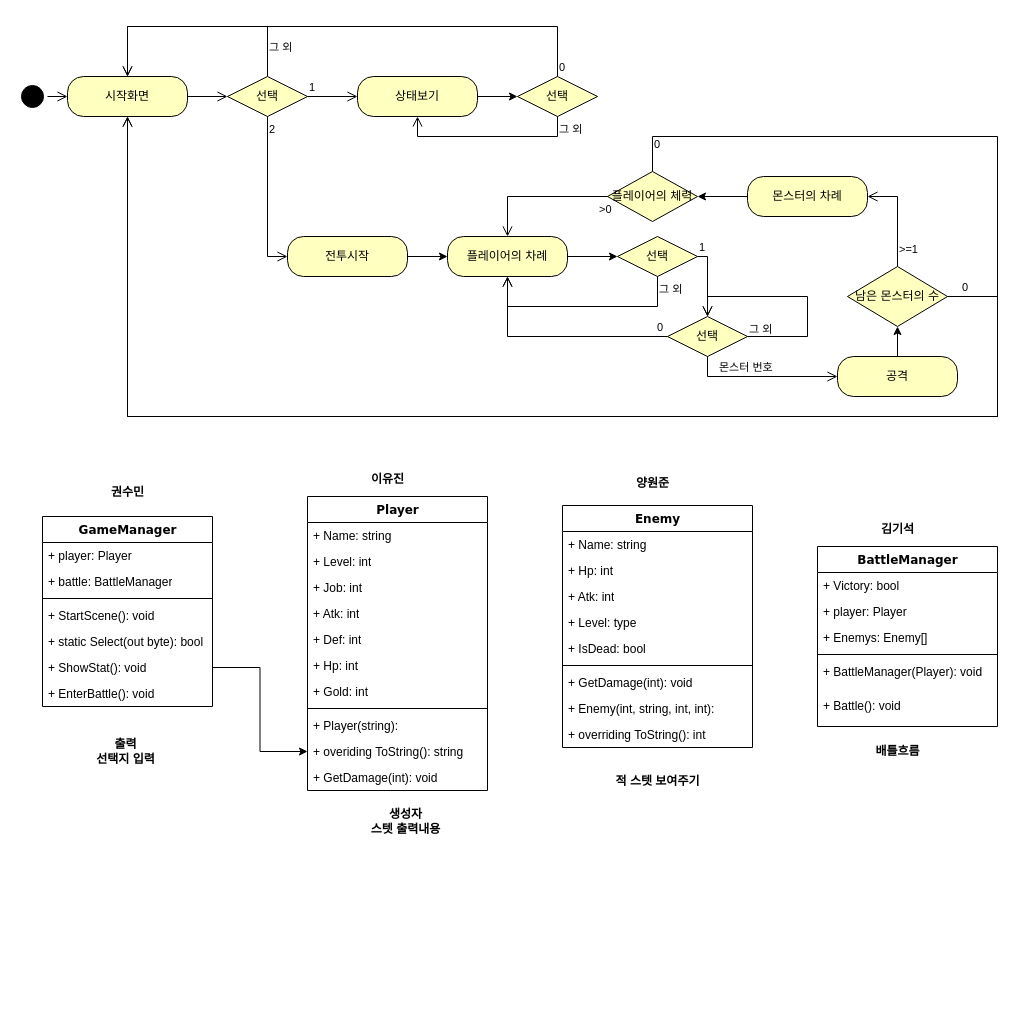
Kim-giseok/TxtRPG2 keeps this draw.io diagram as Class.drawio. Above is the earlier version. Source tidied: cells renumbered, new cells numbered last; positions are measured from the earlier drawing's top-left corner, leaving out a move shared by most shapes. Both pictures are drawn from the tidied source at 100%, with x=0, y=0 at pixel (17, 26).
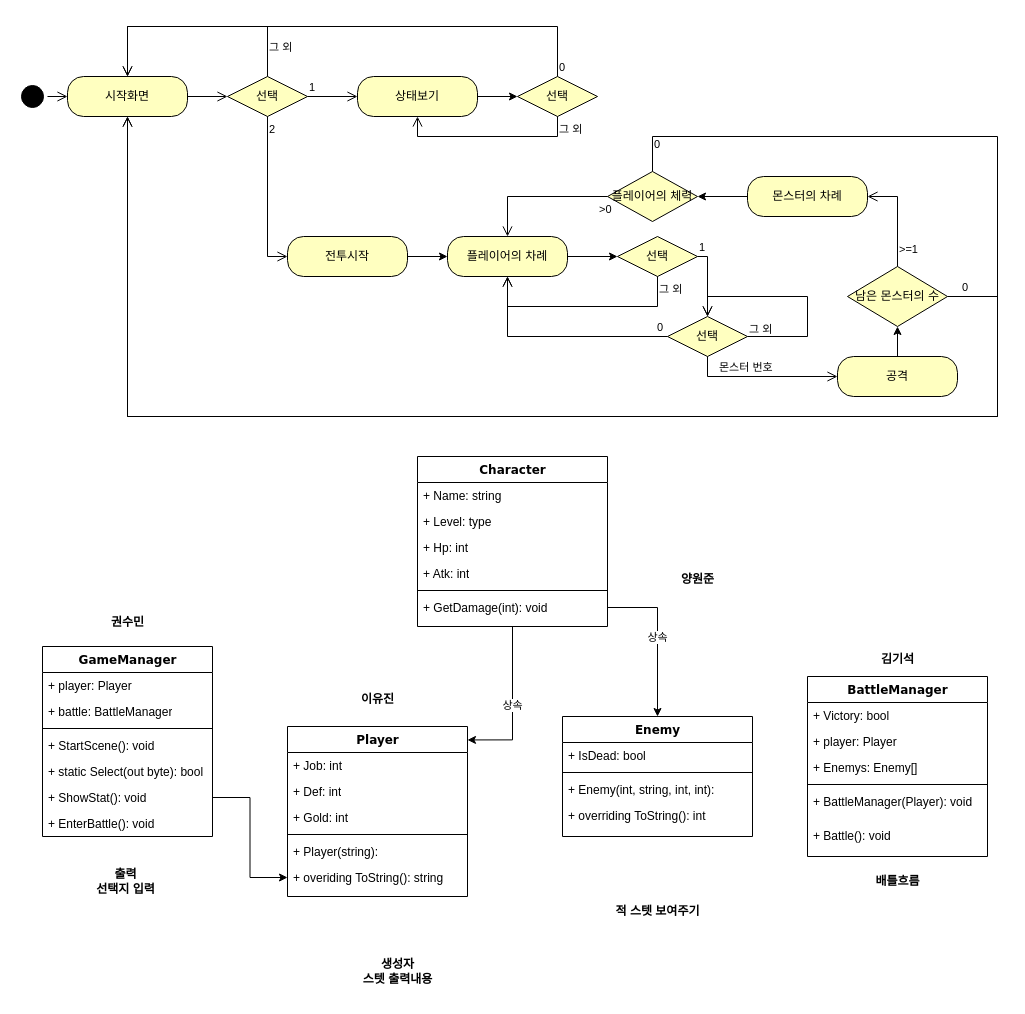
Above is the later version.

What changed in the source:
```diff
@@
     <mxCell id="2" value="GameManager" style="swimlane;html=1;fontStyle=1;align=center;verticalAlign=top;horizontal=1;startSize=26;swimlaneFillColor=#ffffff;rounded=0;shadow=0;comic=0;labelBackgroundColor=none;strokeWidth=1;fillColor=none;fontFamily=Verdana;fontSize=12;" parent="1" vertex="1">
-      <mxGeometry x="25" y="490" width="170" height="190" as="geometry" />
+      <mxGeometry x="25" y="620" width="170" height="190" as="geometry" />
     </mxCell>
@@
     <mxCell id="44" value="Player" style="swimlane;html=1;fontStyle=1;align=center;verticalAlign=top;horizontal=1;startSize=26;swimlaneFillColor=#ffffff;rounded=0;shadow=0;comic=0;labelBackgroundColor=none;strokeWidth=1;fillColor=none;fontFamily=Verdana;fontSize=12;" parent="1" vertex="1">
-      <mxGeometry x="290" y="470" width="180" height="294" as="geometry" />
+      <mxGeometry x="270" y="700" width="180" height="170" as="geometry" />
     </mxCell>
-    <mxCell id="45" value="+ Name: string" style="text;html=1;strokeColor=none;fillColor=none;align=left;verticalAlign=top;spacingLeft=4;spacingRight=4;whiteSpace=wrap;overflow=hidden;" parent="44" vertex="1">
-      <mxGeometry y="26" width="180" height="26" as="geometry" />
-    </mxCell>
-    <mxCell id="46" value="+ Level: int" style="text;html=1;strokeColor=none;fillColor=none;align=left;verticalAlign=top;spacingLeft=4;spacingRight=4;whiteSpace=wrap;overflow=hidden;" parent="44" vertex="1">
-      <mxGeometry y="52" width="180" height="26" as="geometry" />
-    </mxCell>
     <mxCell id="47" value="+ Job: int" style="text;html=1;strokeColor=none;fillColor=none;align=left;verticalAlign=top;spacingLeft=4;spacingRight=4;whiteSpace=wrap;overflow=hidden;" parent="44" vertex="1">
-      <mxGeometry y="78" width="180" height="26" as="geometry" />
+      <mxGeometry y="26" width="180" height="26" as="geometry" />
     </mxCell>
-    <mxCell id="48" value="+ Atk: int" style="text;html=1;strokeColor=none;fillColor=none;align=left;verticalAlign=top;spacingLeft=4;spacingRight=4;whiteSpace=wrap;overflow=hidden;" parent="44" vertex="1">
-      <mxGeometry y="104" width="180" height="26" as="geometry" />
-    </mxCell>
     <mxCell id="49" value="+ Def: int" style="text;html=1;strokeColor=none;fillColor=none;align=left;verticalAlign=top;spacingLeft=4;spacingRight=4;whiteSpace=wrap;overflow=hidden;" parent="44" vertex="1">
-      <mxGeometry y="130" width="180" height="26" as="geometry" />
+      <mxGeometry y="52" width="180" height="26" as="geometry" />
     </mxCell>
-    <mxCell id="50" value="+ Hp: int" style="text;html=1;strokeColor=none;fillColor=none;align=left;verticalAlign=top;spacingLeft=4;spacingRight=4;whiteSpace=wrap;overflow=hidden;" parent="44" vertex="1">
-      <mxGeometry y="156" width="180" height="26" as="geometry" />
-    </mxCell>
     <mxCell id="51" value="+ Gold: int" style="text;html=1;strokeColor=none;fillColor=none;align=left;verticalAlign=top;spacingLeft=4;spacingRight=4;whiteSpace=wrap;overflow=hidden;" parent="44" vertex="1">
-      <mxGeometry y="182" width="180" height="26" as="geometry" />
+      <mxGeometry y="78" width="180" height="26" as="geometry" />
     </mxCell>
     <mxCell id="52" style="line;html=1;strokeWidth=1;fillColor=none;align=left;verticalAlign=middle;spacingTop=-1;spacingLeft=3;spacingRight=3;labelPosition=right;" parent="44" vertex="1">
-      <mxGeometry y="208" width="180" height="8" as="geometry" />
+      <mxGeometry y="104" width="180" height="8" as="geometry" />
     </mxCell>
     <mxCell id="53" value="+ Player(string):&amp;nbsp;" style="text;html=1;strokeColor=none;fillColor=none;align=left;verticalAlign=top;spacingLeft=4;spacingRight=4;whiteSpace=wrap;overflow=hidden;" parent="44" vertex="1">
-      <mxGeometry y="216" width="180" height="26" as="geometry" />
+      <mxGeometry y="112" width="180" height="26" as="geometry" />
     </mxCell>
     <mxCell id="54" value="+ overiding ToString(): string" style="text;html=1;strokeColor=none;fillColor=none;align=left;verticalAlign=top;spacingLeft=4;spacingRight=4;whiteSpace=wrap;overflow=hidden;points=[[0,0.5],[1,0.5]];portConstraint=eastwest;" parent="44" vertex="1">
-      <mxGeometry y="242" width="180" height="26" as="geometry" />
+      <mxGeometry y="138" width="180" height="26" as="geometry" />
     </mxCell>
-    <mxCell id="55" value="+ GetDamage(int): void" style="text;html=1;strokeColor=none;fillColor=none;align=left;verticalAlign=top;spacingLeft=4;spacingRight=4;whiteSpace=wrap;overflow=hidden;" parent="44" vertex="1">
-      <mxGeometry y="268" width="180" height="26" as="geometry" />
-    </mxCell>
     <mxCell id="56" value="Enemy" style="swimlane;html=1;fontStyle=1;align=center;verticalAlign=top;horizontal=1;startSize=26;swimlaneFillColor=#ffffff;rounded=0;shadow=0;comic=0;labelBackgroundColor=none;strokeWidth=1;fillColor=none;fontFamily=Verdana;fontSize=12;" parent="1" vertex="1">
-      <mxGeometry x="545" y="479" width="190" height="242" as="geometry" />
+      <mxGeometry x="545" y="690" width="190" height="120" as="geometry" />
     </mxCell>
-    <mxCell id="57" value="+ Name: string" style="text;html=1;strokeColor=none;fillColor=none;align=left;verticalAlign=top;spacingLeft=4;spacingRight=4;whiteSpace=wrap;overflow=hidden;" parent="56" vertex="1">
-      <mxGeometry y="26" width="190" height="26" as="geometry" />
-    </mxCell>
-    <mxCell id="58" value="+ Hp: int" style="text;html=1;strokeColor=none;fillColor=none;align=left;verticalAlign=top;spacingLeft=4;spacingRight=4;whiteSpace=wrap;overflow=hidden;" parent="56" vertex="1">
-      <mxGeometry y="52" width="190" height="26" as="geometry" />
-    </mxCell>
-    <mxCell id="59" value="+ Atk: int" style="text;html=1;strokeColor=none;fillColor=none;align=left;verticalAlign=top;spacingLeft=4;spacingRight=4;whiteSpace=wrap;overflow=hidden;" parent="56" vertex="1">
-      <mxGeometry y="78" width="190" height="26" as="geometry" />
-    </mxCell>
-    <mxCell id="60" value="+ Level: type" style="text;html=1;strokeColor=none;fillColor=none;align=left;verticalAlign=top;spacingLeft=4;spacingRight=4;whiteSpace=wrap;overflow=hidden;" parent="56" vertex="1">
-      <mxGeometry y="104" width="190" height="26" as="geometry" />
-    </mxCell>
     <mxCell id="61" value="+ IsDead: bool" style="text;html=1;strokeColor=none;fillColor=none;align=left;verticalAlign=top;spacingLeft=4;spacingRight=4;whiteSpace=wrap;overflow=hidden;" parent="56" vertex="1">
-      <mxGeometry y="130" width="190" height="26" as="geometry" />
+      <mxGeometry y="26" width="190" height="26" as="geometry" />
     </mxCell>
     <mxCell id="62" style="line;html=1;strokeWidth=1;fillColor=none;align=left;verticalAlign=middle;spacingTop=-1;spacingLeft=3;spacingRight=3;labelPosition=right;" parent="56" vertex="1">
-      <mxGeometry y="156" width="190" height="8" as="geometry" />
+      <mxGeometry y="52" width="190" height="8" as="geometry" />
     </mxCell>
-    <mxCell id="63" value="+ GetDamage(int): void" style="text;html=1;strokeColor=none;fillColor=none;align=left;verticalAlign=top;spacingLeft=4;spacingRight=4;whiteSpace=wrap;overflow=hidden;" parent="56" vertex="1">
-      <mxGeometry y="164" width="190" height="26" as="geometry" />
-    </mxCell>
     <mxCell id="64" value="+ Enemy(int, string, int, int):" style="text;html=1;strokeColor=none;fillColor=none;align=left;verticalAlign=top;spacingLeft=4;spacingRight=4;whiteSpace=wrap;overflow=hidden;" parent="56" vertex="1">
-      <mxGeometry y="190" width="190" height="26" as="geometry" />
+      <mxGeometry y="60" width="190" height="26" as="geometry" />
     </mxCell>
     <mxCell id="65" value="+ overriding ToString(): int" style="text;html=1;strokeColor=none;fillColor=none;align=left;verticalAlign=top;spacingLeft=4;spacingRight=4;whiteSpace=wrap;overflow=hidden;" parent="56" vertex="1">
-      <mxGeometry y="216" width="190" height="26" as="geometry" />
+      <mxGeometry y="86" width="190" height="26" as="geometry" />
     </mxCell>
     <mxCell id="66" value="BattleManager" style="swimlane;html=1;fontStyle=1;align=center;verticalAlign=top;horizontal=1;startSize=26;swimlaneFillColor=#ffffff;rounded=0;shadow=0;comic=0;labelBackgroundColor=none;strokeWidth=1;fillColor=none;fontFamily=Verdana;fontSize=12;" parent="1" vertex="1">
-      <mxGeometry x="800" y="520" width="180" height="180" as="geometry" />
+      <mxGeometry x="790" y="650" width="180" height="180" as="geometry" />
     </mxCell>
@@
     <mxCell id="74" value="양원준" style="text;align=center;fontStyle=1;verticalAlign=middle;spacingLeft=3;spacingRight=3;strokeColor=none;html=1;" parent="1" vertex="1">
-      <mxGeometry x="595" y="444" width="80" height="26" as="geometry" />
+      <mxGeometry x="640" y="540" width="80" height="26" as="geometry" />
     </mxCell>
     <mxCell id="75" value="이유진" style="text;align=center;fontStyle=1;verticalAlign=middle;spacingLeft=3;spacingRight=3;strokeColor=none;html=1;" parent="1" vertex="1">
-      <mxGeometry x="330" y="440" width="80" height="26" as="geometry" />
+      <mxGeometry x="320" y="660" width="80" height="26" as="geometry" />
     </mxCell>
     <mxCell id="76" value="권수민" style="text;align=center;fontStyle=1;verticalAlign=middle;spacingLeft=3;spacingRight=3;strokeColor=none;html=1;" parent="1" vertex="1">
-      <mxGeometry x="70" y="453" width="80" height="26" as="geometry" />
+      <mxGeometry x="70" y="583" width="80" height="26" as="geometry" />
     </mxCell>
     <mxCell id="77" value="김기석" style="text;align=center;fontStyle=1;verticalAlign=middle;spacingLeft=3;spacingRight=3;strokeColor=none;html=1;" parent="1" vertex="1">
-      <mxGeometry x="840" y="490" width="80" height="26" as="geometry" />
+      <mxGeometry x="840" y="620" width="80" height="26" as="geometry" />
     </mxCell>
     <mxCell id="78" value="출력&lt;div&gt;선택지 입력&lt;/div&gt;" style="text;align=center;fontStyle=1;verticalAlign=middle;spacingLeft=3;spacingRight=3;strokeColor=none;html=1;" parent="1" vertex="1">
-      <mxGeometry x="25" y="700" width="165" height="50" as="geometry" />
+      <mxGeometry x="25" y="830" width="165" height="50" as="geometry" />
     </mxCell>
     <mxCell id="79" value="생성자&lt;div&gt;스텟 출력내용&lt;/div&gt;" style="text;align=center;fontStyle=1;verticalAlign=middle;spacingLeft=3;spacingRight=3;strokeColor=none;html=1;" parent="1" vertex="1">
-      <mxGeometry x="305" y="770" width="165" height="50" as="geometry" />
+      <mxGeometry x="297.5" y="920" width="165" height="50" as="geometry" />
     </mxCell>
     <mxCell id="80" value="적 스텟 보여주기" style="text;align=center;fontStyle=1;verticalAlign=middle;spacingLeft=3;spacingRight=3;strokeColor=none;html=1;" parent="1" vertex="1">
-      <mxGeometry x="557.5" y="730" width="165" height="50" as="geometry" />
+      <mxGeometry x="557.5" y="860" width="165" height="50" as="geometry" />
     </mxCell>
     <mxCell id="81" value="배틀흐름" style="text;align=center;fontStyle=1;verticalAlign=middle;spacingLeft=3;spacingRight=3;strokeColor=none;html=1;" parent="1" vertex="1">
-      <mxGeometry x="815" y="710" width="130" height="30" as="geometry" />
+      <mxGeometry x="815" y="840" width="130" height="30" as="geometry" />
     </mxCell>
+    <mxCell id="82" value="Character" style="swimlane;html=1;fontStyle=1;align=center;verticalAlign=top;horizontal=1;startSize=26;swimlaneFillColor=#ffffff;rounded=0;shadow=0;comic=0;labelBackgroundColor=none;strokeWidth=1;fillColor=none;fontFamily=Verdana;fontSize=12;" parent="1" vertex="1">
+      <mxGeometry x="400" y="430" width="190" height="170" as="geometry" />
+    </mxCell>
+    <mxCell id="57" value="+ Name: string" style="text;html=1;strokeColor=none;fillColor=none;align=left;verticalAlign=top;spacingLeft=4;spacingRight=4;whiteSpace=wrap;overflow=hidden;" parent="82" vertex="1">
+      <mxGeometry y="26" width="190" height="26" as="geometry" />
+    </mxCell>
+    <mxCell id="60" value="+ Level: type" style="text;html=1;strokeColor=none;fillColor=none;align=left;verticalAlign=top;spacingLeft=4;spacingRight=4;whiteSpace=wrap;overflow=hidden;" parent="82" vertex="1">
+      <mxGeometry y="52" width="190" height="26" as="geometry" />
+    </mxCell>
+    <mxCell id="83" value="+ Hp: int" style="text;html=1;strokeColor=none;fillColor=none;align=left;verticalAlign=top;spacingLeft=4;spacingRight=4;whiteSpace=wrap;overflow=hidden;" parent="82" vertex="1">
+      <mxGeometry y="78" width="190" height="26" as="geometry" />
+    </mxCell>
+    <mxCell id="84" value="+ Atk: int" style="text;html=1;strokeColor=none;fillColor=none;align=left;verticalAlign=top;spacingLeft=4;spacingRight=4;whiteSpace=wrap;overflow=hidden;" parent="82" vertex="1">
+      <mxGeometry y="104" width="190" height="26" as="geometry" />
+    </mxCell>
+    <mxCell id="85" style="line;html=1;strokeWidth=1;fillColor=none;align=left;verticalAlign=middle;spacingTop=-1;spacingLeft=3;spacingRight=3;labelPosition=right;" parent="82" vertex="1">
+      <mxGeometry y="130" width="190" height="8" as="geometry" />
+    </mxCell>
+    <mxCell id="86" value="+ GetDamage(int): void" style="text;html=1;strokeColor=none;fillColor=none;align=left;verticalAlign=top;spacingLeft=4;spacingRight=4;whiteSpace=wrap;overflow=hidden;points=[[0,0.5],[1,0.5]];portConstraint=eastwest;" parent="82" vertex="1">
+      <mxGeometry y="138" width="190" height="26" as="geometry" />
+    </mxCell>
+    <mxCell id="87" value="상속" style="edgeStyle=orthogonalEdgeStyle;rounded=0;jettySize=auto;html=1;entryX=1;entryY=0.079;entryDx=0;entryDy=0;entryPerimeter=0;" parent="1" edge="1" source="82" target="44">
+      <mxGeometry relative="1" as="geometry" />
+    </mxCell>
+    <mxCell id="88" value="상속" style="edgeStyle=orthogonalEdgeStyle;rounded=0;jettySize=auto;html=1;entryX=0.5;entryY=0;entryDx=0;entryDy=0;" parent="1" edge="1" source="86" target="56">
+      <mxGeometry relative="1" as="geometry" />
+    </mxCell>
```
